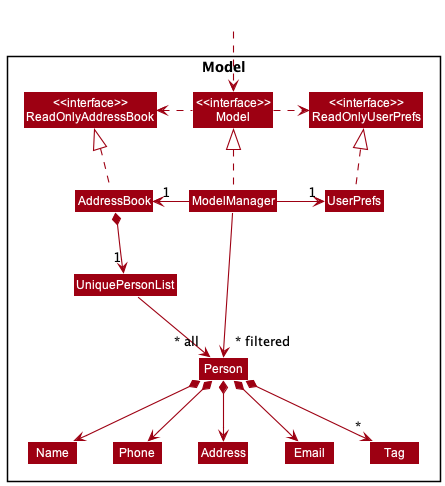
The PlantUML diagram docs/images/ModelClassDiagram.png in nus-cs2103-AY2223S2/tp, before a commit.
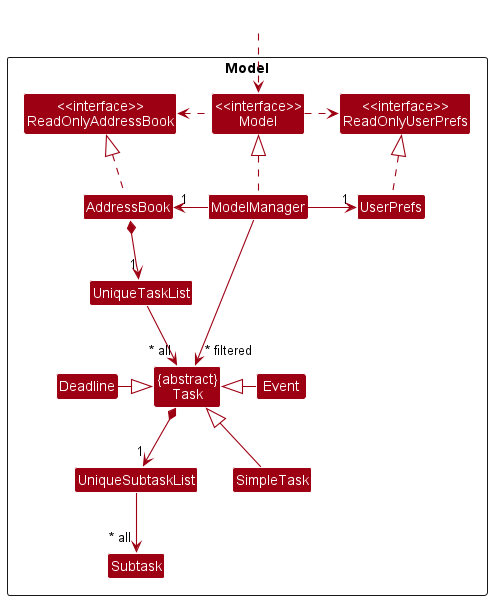
Later version of the same file.

Commit message:
changed model class

Diff of the diagram source:
```diff
@@ -8,17 +8,17 @@
 Class "<<interface>>\nReadOnlyAddressBook" as ReadOnlyAddressBook
 Class "<<interface>>\nReadOnlyUserPrefs" as ReadOnlyUserPrefs
 Class "<<interface>>\nModel" as Model
+Class "{abstract}\nTask" as Task
 Class AddressBook
 Class ModelManager
 Class UserPrefs
 
-Class UniquePersonList
-Class Person
-Class Address
-Class Email
-Class Name
-Class Phone
-Class Tag
+Class UniqueTaskList
+Class UniqueSubtaskList
+Class Subtask
+Class SimpleTask
+Class Deadline
+Class Event
 
 }
 
@@ -34,17 +34,18 @@
 ModelManager -right-> "1" UserPrefs
 UserPrefs .up.|> ReadOnlyUserPrefs
 
-AddressBook *--> "1" UniquePersonList
-UniquePersonList --> "~* all" Person
-Person *--> Name
-Person *--> Phone
-Person *--> Email
-Person *--> Address
-Person *--> "*" Tag
+AddressBook *--> "1" UniqueTaskList
+UniqueTaskList --> "~* all" Task
+Task *--> "1" UniqueSubtaskList
 
-Name -[hidden]right-> Phone
-Phone -[hidden]right-> Address
-Address -[hidden]right-> Email
 
-ModelManager -->"~* filtered" Person
+Deadline -right|> Task
+Event -left|> Task
+SimpleTask -up-|> Task
+
+
+
+UniqueSubtaskList --> "~* all" Subtask
+
+ModelManager -->"~* filtered" Task
 @enduml
```
